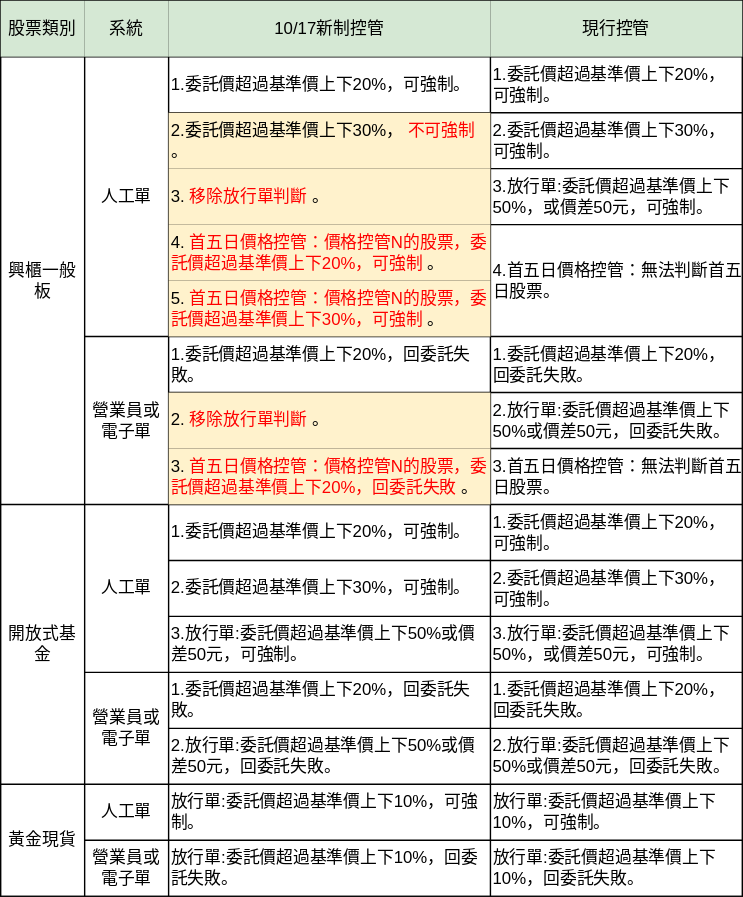
Above: hackmd/興櫃防錯.drawio.svg in kiloath/pubSVG (draw.io), before the change. Source tidied: cells renumbered, new cells last; positions are measured from the earlier drawing's top-left corner, leaving out a move shared by most shapes.
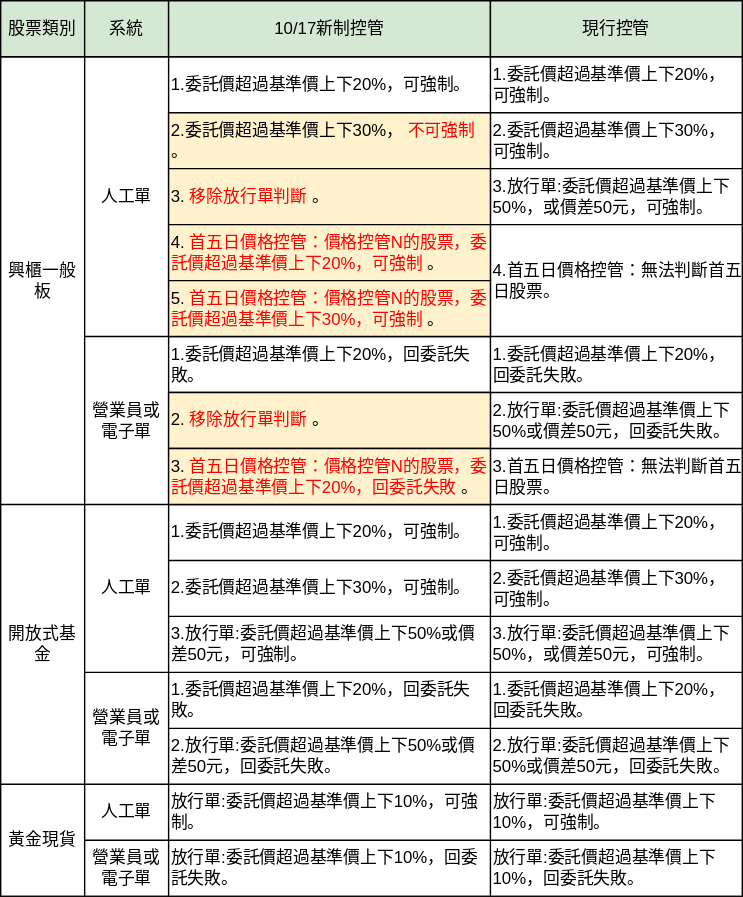
The same file after the commit.

Diff of the diagram source:
```diff
@@ -8,16 +8,16 @@
     <mxCell id="3" style="shape=partialRectangle;fillColor=none;top=0;left=0;bottom=0;right=0;" parent="2" vertex="1">
       <mxGeometry width="530" height="40" as="geometry" />
     </mxCell>
-    <mxCell id="4" value="&lt;span style=&quot;text-align: left;&quot;&gt;股票類別&lt;/span&gt;" style="shape=partialRectangle;html=1;whiteSpace=wrap;overflow=hidden;fillColor=#d5e8d4;top=0;left=0;bottom=0;right=0;verticalAlign=middle;strokeColor=#82b366;" parent="3" vertex="1">
+    <mxCell id="4" value="&lt;span style=&quot;text-align: left;&quot;&gt;股票類別&lt;/span&gt;" style="shape=partialRectangle;html=1;whiteSpace=wrap;overflow=hidden;fillColor=#d5e8d4;top=1;left=1;bottom=1;right=1;verticalAlign=middle;strokeColor=default;" parent="3" vertex="1">
       <mxGeometry width="60" height="40" as="geometry" />
     </mxCell>
-    <mxCell id="5" value="系統" style="shape=partialRectangle;html=1;whiteSpace=wrap;overflow=hidden;fillColor=#d5e8d4;top=0;left=0;bottom=0;right=0;strokeColor=#82b366;" parent="3" vertex="1">
+    <mxCell id="5" value="系統" style="shape=partialRectangle;html=1;whiteSpace=wrap;overflow=hidden;fillColor=#d5e8d4;top=1;left=1;bottom=1;right=1;strokeColor=default;" parent="3" vertex="1">
       <mxGeometry x="60" width="60" height="40" as="geometry" />
     </mxCell>
-    <mxCell id="6" value="10/17新制控管" style="shape=partialRectangle;html=1;whiteSpace=wrap;overflow=hidden;fillColor=#d5e8d4;top=0;left=0;bottom=0;right=0;strokeColor=#82b366;" parent="3" vertex="1">
+    <mxCell id="6" value="10/17新制控管" style="shape=partialRectangle;html=1;whiteSpace=wrap;overflow=hidden;fillColor=#d5e8d4;top=1;left=1;bottom=1;right=1;strokeColor=default;" parent="3" vertex="1">
       <mxGeometry x="120" width="230" height="40" as="geometry" />
     </mxCell>
-    <mxCell id="7" value="現行控管" style="shape=partialRectangle;html=1;whiteSpace=wrap;overflow=hidden;fillColor=#d5e8d4;top=0;left=0;bottom=0;right=0;strokeColor=#82b366;" parent="3" vertex="1">
+    <mxCell id="7" value="現行控管" style="shape=partialRectangle;html=1;whiteSpace=wrap;overflow=hidden;fillColor=#d5e8d4;top=1;left=1;bottom=1;right=1;strokeColor=default;" parent="3" vertex="1">
       <mxGeometry x="350" width="180" height="40" as="geometry" />
     </mxCell>
     <mxCell id="8" style="shape=partialRectangle;fillColor=none;top=0;left=0;bottom=0;right=0;" parent="2" vertex="1">
@@ -38,7 +38,7 @@
     <mxCell id="13" style="shape=partialRectangle;fillColor=none;top=0;left=0;bottom=0;right=0;" parent="2" vertex="1">
       <mxGeometry y="80" width="530" height="40" as="geometry" />
     </mxCell>
-    <mxCell id="14" value="2.委託價超過基準價上下30%，&lt;font color=&quot;#ff0000&quot;&gt;不可強制&lt;/font&gt;。" style="shape=partialRectangle;html=1;whiteSpace=wrap;overflow=hidden;fillColor=#fff2cc;top=0;left=0;bottom=0;right=0;align=left;strokeColor=#d6b656;" parent="13" vertex="1">
+    <mxCell id="14" value="2.委託價超過基準價上下30%，&lt;font color=&quot;#ff0000&quot;&gt;不可強制&lt;/font&gt;。" style="shape=partialRectangle;html=1;whiteSpace=wrap;overflow=hidden;fillColor=#fff2cc;top=1;left=1;bottom=1;right=1;align=left;strokeColor=#000000;" parent="13" vertex="1">
       <mxGeometry x="120" width="230" height="40" as="geometry" />
     </mxCell>
     <mxCell id="15" value="2.委託價超過基準價上下30%，可強制。" style="shape=partialRectangle;html=1;whiteSpace=wrap;overflow=hidden;fillColor=none;top=0;left=0;bottom=0;right=0;align=left;" parent="13" vertex="1">
@@ -47,7 +47,7 @@
     <mxCell id="16" style="shape=partialRectangle;fillColor=none;top=0;left=0;bottom=0;right=0;" parent="2" vertex="1">
       <mxGeometry y="120" width="530" height="40" as="geometry" />
     </mxCell>
-    <mxCell id="17" value="3.&lt;font color=&quot;#ff0000&quot;&gt;移除放行單判斷&lt;/font&gt;。" style="shape=partialRectangle;html=1;whiteSpace=wrap;overflow=hidden;fillColor=#fff2cc;top=0;left=0;bottom=0;right=0;align=left;strokeColor=#d6b656;" parent="16" vertex="1">
+    <mxCell id="17" value="3.&lt;font color=&quot;#ff0000&quot;&gt;移除放行單判斷&lt;/font&gt;。" style="shape=partialRectangle;html=1;whiteSpace=wrap;overflow=hidden;fillColor=#fff2cc;top=1;left=1;bottom=1;right=1;align=left;strokeColor=#000000;" parent="16" vertex="1">
       <mxGeometry x="120" width="230" height="40" as="geometry" />
     </mxCell>
     <mxCell id="18" value="3.放行單:委託價超過基準價上下50%，或價差50元，可強制。" style="shape=partialRectangle;html=1;whiteSpace=wrap;overflow=hidden;fillColor=none;top=0;left=0;bottom=0;right=0;align=left;" parent="16" vertex="1">
@@ -56,7 +56,7 @@
     <mxCell id="19" style="shape=partialRectangle;fillColor=none;top=0;left=0;bottom=0;right=0;" parent="2" vertex="1">
       <mxGeometry y="160" width="530" height="40" as="geometry" />
     </mxCell>
-    <mxCell id="20" value="4.&lt;font color=&quot;#ff0000&quot;&gt;首五日價格控管：價格控管N的股票，委託價超過基準價上下20%，可強制&lt;/font&gt;。" style="shape=partialRectangle;html=1;whiteSpace=wrap;overflow=hidden;fillColor=#fff2cc;top=0;left=0;bottom=0;right=0;align=left;strokeColor=#d6b656;" parent="19" vertex="1">
+    <mxCell id="20" value="4.&lt;font color=&quot;#ff0000&quot;&gt;首五日價格控管：價格控管N的股票，委託價超過基準價上下20%，可強制&lt;/font&gt;。" style="shape=partialRectangle;html=1;whiteSpace=wrap;overflow=hidden;fillColor=#fff2cc;top=1;left=1;bottom=1;right=1;align=left;strokeColor=#000000;" parent="19" vertex="1">
       <mxGeometry x="120" width="230" height="40" as="geometry" />
     </mxCell>
     <mxCell id="21" value="4.首五日價格控管：無法判斷首五日股票。" style="shape=partialRectangle;html=1;whiteSpace=wrap;overflow=hidden;fillColor=none;top=0;left=0;bottom=0;right=0;rowspan=2;colspan=1;align=left;" parent="19" vertex="1">
@@ -65,7 +65,7 @@
     <mxCell id="22" style="shape=partialRectangle;fillColor=none;top=0;left=0;bottom=0;right=0;" parent="2" vertex="1">
       <mxGeometry y="200" width="530" height="40" as="geometry" />
     </mxCell>
-    <mxCell id="23" value="5.&lt;font color=&quot;#ff0000&quot;&gt;首五日價格控管：價格控管N的股票，委託價超過基準價上下30%，可強制&lt;/font&gt;。" style="shape=partialRectangle;html=1;whiteSpace=wrap;overflow=hidden;fillColor=#fff2cc;top=0;left=0;bottom=0;right=0;align=left;strokeColor=#d6b656;" parent="22" vertex="1">
+    <mxCell id="23" value="5.&lt;font color=&quot;#ff0000&quot;&gt;首五日價格控管：價格控管N的股票，委託價超過基準價上下30%，可強制&lt;/font&gt;。" style="shape=partialRectangle;html=1;whiteSpace=wrap;overflow=hidden;fillColor=#fff2cc;top=1;left=1;bottom=1;right=1;align=left;strokeColor=#000000;" parent="22" vertex="1">
       <mxGeometry x="120" width="230" height="40" as="geometry" />
     </mxCell>
     <mxCell id="24" style="shape=partialRectangle;fillColor=none;top=0;left=0;bottom=0;right=0;" parent="2" vertex="1">
@@ -83,7 +83,7 @@
     <mxCell id="28" style="shape=partialRectangle;fillColor=none;top=0;left=0;bottom=0;right=0;" parent="2" vertex="1">
       <mxGeometry y="280" width="530" height="40" as="geometry" />
     </mxCell>
-    <mxCell id="29" value="2.&lt;font color=&quot;#ff0000&quot;&gt;移除放行單判斷&lt;/font&gt;。" style="shape=partialRectangle;html=1;whiteSpace=wrap;overflow=hidden;fillColor=#fff2cc;top=0;left=0;bottom=0;right=0;align=left;strokeColor=#d6b656;" parent="28" vertex="1">
+    <mxCell id="29" value="2.&lt;font color=&quot;#ff0000&quot;&gt;移除放行單判斷&lt;/font&gt;。" style="shape=partialRectangle;html=1;whiteSpace=wrap;overflow=hidden;fillColor=#fff2cc;top=1;left=1;bottom=1;right=1;align=left;strokeColor=default;" parent="28" vertex="1">
       <mxGeometry x="120" width="230" height="40" as="geometry" />
     </mxCell>
     <mxCell id="30" value="2.放行單:委託價超過基準價上下50%或價差50元，回委託失敗。" style="shape=partialRectangle;html=1;whiteSpace=wrap;overflow=hidden;fillColor=none;top=0;left=0;bottom=0;right=0;align=left;" parent="28" vertex="1">
@@ -92,7 +92,7 @@
     <mxCell id="31" style="shape=partialRectangle;fillColor=none;top=0;left=0;bottom=0;right=0;" parent="2" vertex="1">
       <mxGeometry y="320" width="530" height="40" as="geometry" />
     </mxCell>
-    <mxCell id="32" value="3.&lt;font color=&quot;#ff0000&quot;&gt;首五日價格控管：價格控管N的股票，委託價超過基準價上下20%，回委託失敗&lt;/font&gt;。" style="shape=partialRectangle;html=1;whiteSpace=wrap;overflow=hidden;fillColor=#fff2cc;top=0;left=0;bottom=0;right=0;align=left;strokeColor=#d6b656;" parent="31" vertex="1">
+    <mxCell id="32" value="3.&lt;font color=&quot;#ff0000&quot;&gt;首五日價格控管：價格控管N的股票，委託價超過基準價上下20%，回委託失敗&lt;/font&gt;。" style="shape=partialRectangle;html=1;whiteSpace=wrap;overflow=hidden;fillColor=#fff2cc;top=1;left=1;bottom=1;right=1;align=left;strokeColor=default;" parent="31" vertex="1">
       <mxGeometry x="120" width="230" height="40" as="geometry" />
     </mxCell>
     <mxCell id="33" value="3.首五日價格控管：無法判斷首五日股票。" style="shape=partialRectangle;html=1;whiteSpace=wrap;overflow=hidden;fillColor=none;top=0;left=0;bottom=0;right=0;align=left;" parent="31" vertex="1">
```
